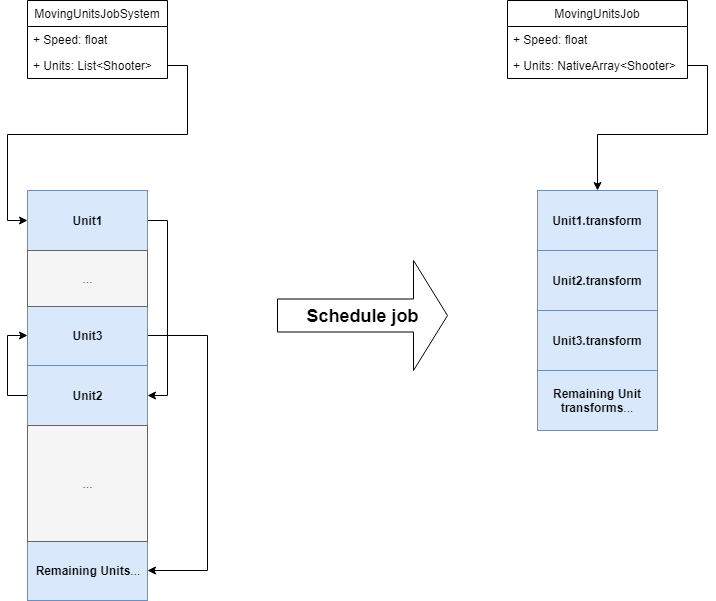
Above: presentation/pictures/concurrent-memory-layout.png in sppt-2019/report (draw.io), before the change. Source tidied: cells renumbered, new cells last; positions are measured from the earlier drawing's top-left corner, leaving out a move shared by most shapes.
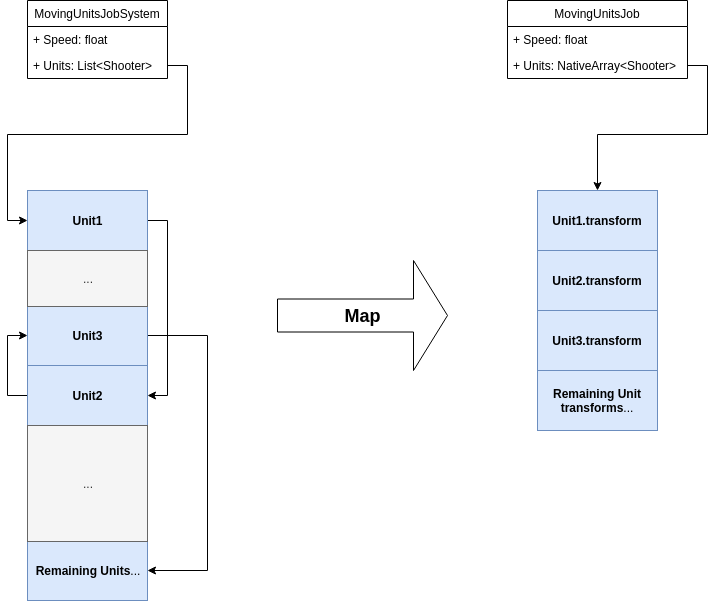
The same diagram one commit later.

Change to the diagram source:
```diff
@@ -67,7 +67,7 @@
     <mxCell id="21" value="&lt;b&gt;Remaining Unit transforms&lt;/b&gt;..." style="rounded=0;whiteSpace=wrap;html=1;fillColor=#dae8fc;strokeColor=#6c8ebf;" parent="1" vertex="1">
       <mxGeometry x="510" y="370" width="120" height="60" as="geometry" />
     </mxCell>
-    <mxCell id="22" value="&lt;font style=&quot;font-size: 18px&quot;&gt;Schedule job&lt;/font&gt;" style="shape=singleArrow;whiteSpace=wrap;html=1;fontStyle=1;" parent="1" vertex="1">
+    <mxCell id="22" value="&lt;font style=&quot;font-size: 18px&quot;&gt;Map&lt;/font&gt;" style="shape=singleArrow;whiteSpace=wrap;html=1;fontStyle=1;" parent="1" vertex="1">
       <mxGeometry x="250" y="260" width="170" height="110" as="geometry" />
     </mxCell>
     <mxCell id="23" style="edgeStyle=orthogonalEdgeStyle;rounded=0;jettySize=auto;html=1;exitX=1;exitY=0.5;exitDx=0;exitDy=0;entryX=0.5;entryY=0;entryDx=0;entryDy=0;" parent="1" edge="1" source="17" target="18">
```
